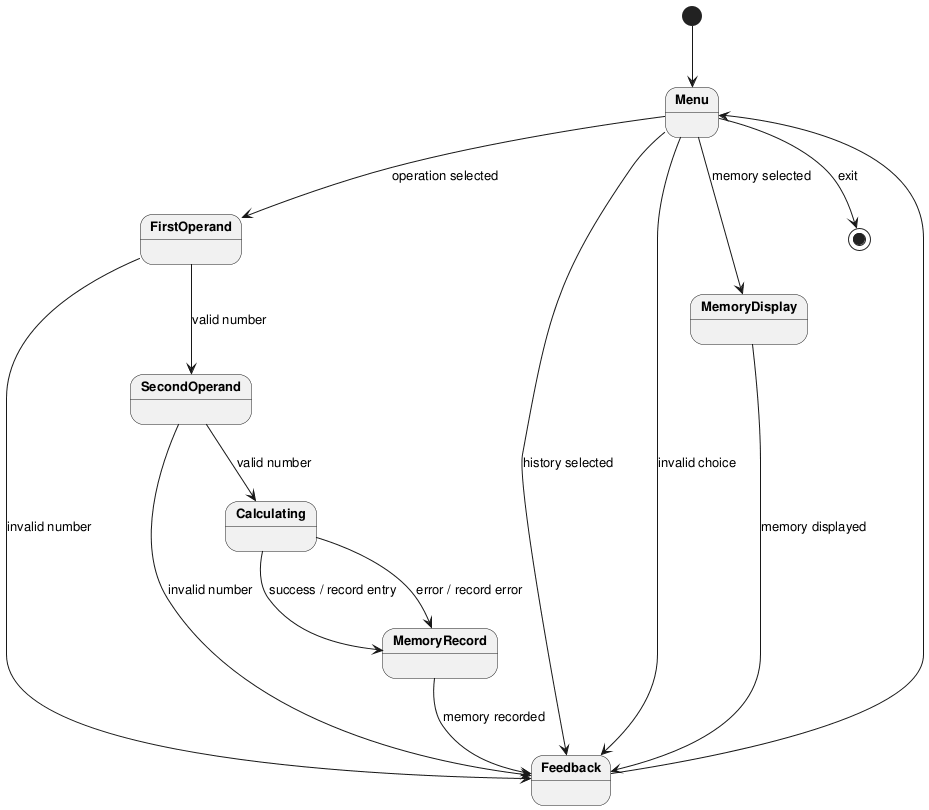
Above: experiments/supervisor_as_tools/user_stories/calculator/artifacts/state_diagram_interactive.png in DanielRiha8906/Software_autoevolution_using_agents (PlantUML), before the change.
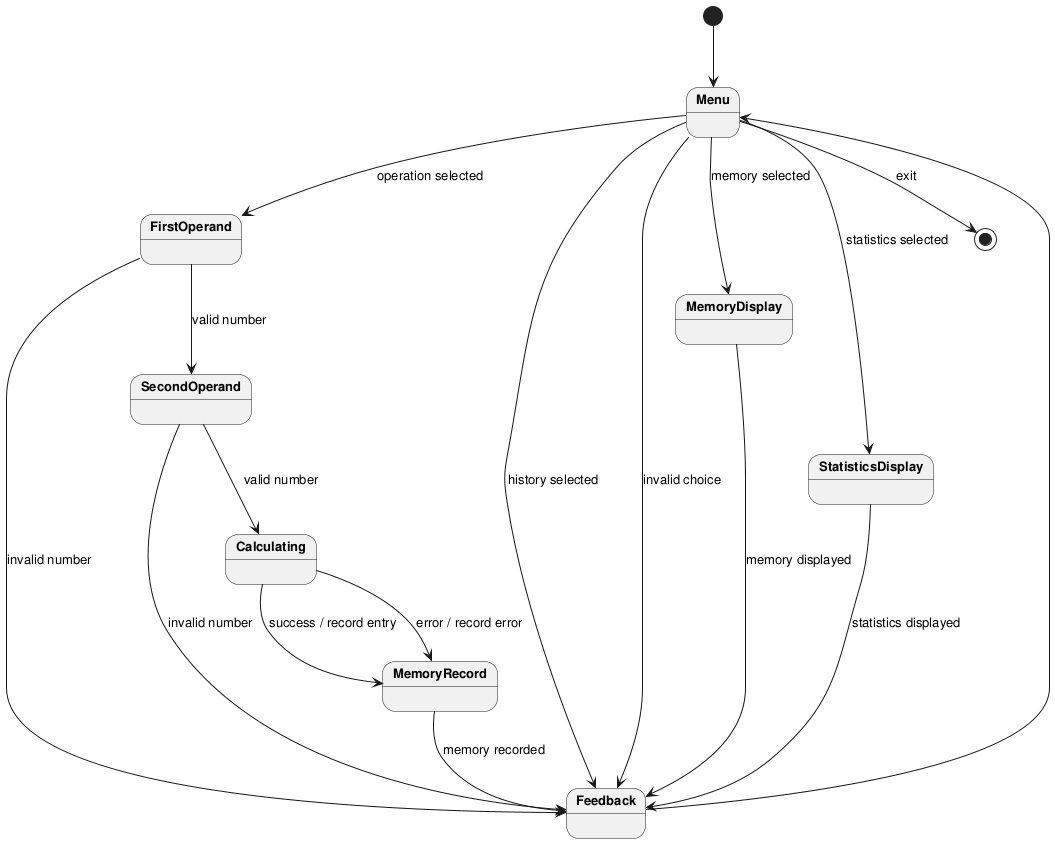
Later version of the same file.

Diff of the diagram source:
```diff
@@ -10,6 +10,7 @@
 Menu --> FirstOperand : operation selected
 Menu --> Feedback : history selected
 Menu --> MemoryDisplay : memory selected
+Menu --> StatisticsDisplay : statistics selected
 Menu --> Feedback : invalid choice
 Menu --> [*] : exit
 
@@ -26,6 +27,8 @@
 
 MemoryDisplay --> Feedback : memory displayed
 
+StatisticsDisplay --> Feedback : statistics displayed
+
 Feedback --> Menu
 
 @enduml
```
